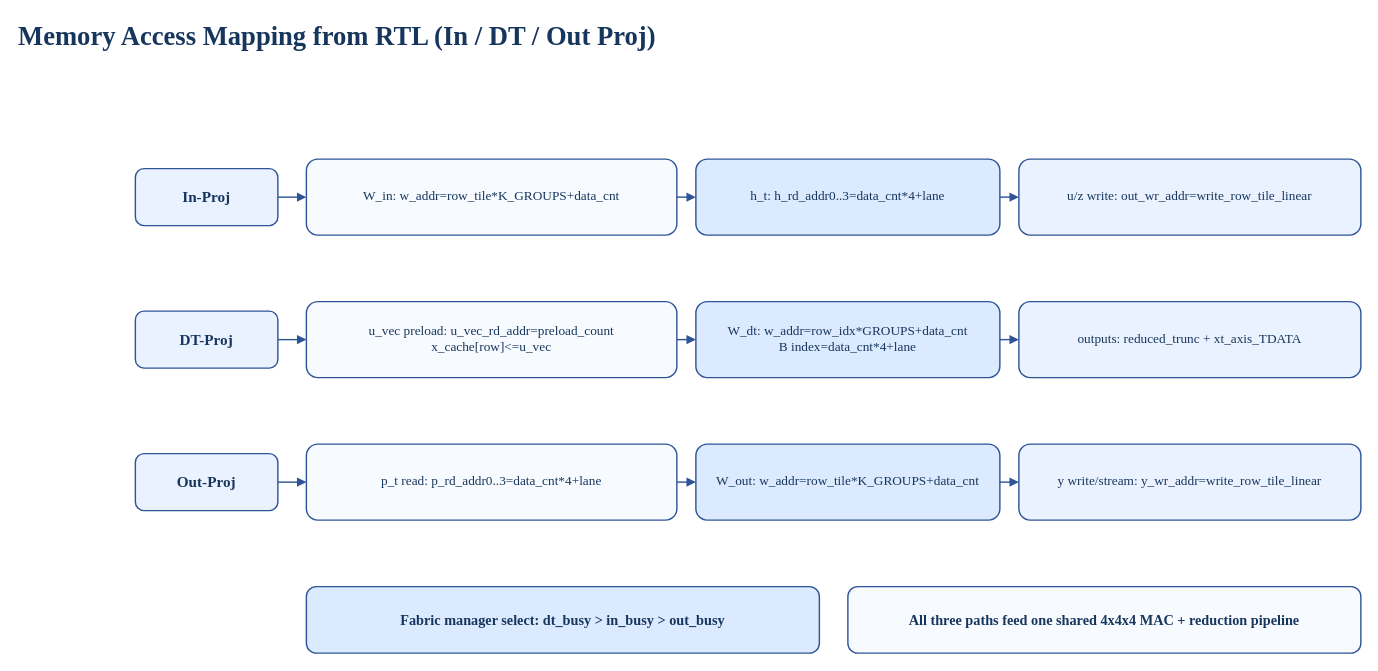
Earlier version of the draw.io diagram page "P4 Memory Mapping RTL" (4 of 4) of docx/presentation/thesis/drawio/thesis_archi_export.drawio (Elison-debug/Cmamba_reconstruct). Source tidied: cells renumbered, new cells numbered last; positions are measured from the earlier drawing's top-left corner, leaving out a move shared by most shapes. Both pictures are drawn from the tidied source at 95%, with x=0, y=0 at pixel (16, 16).
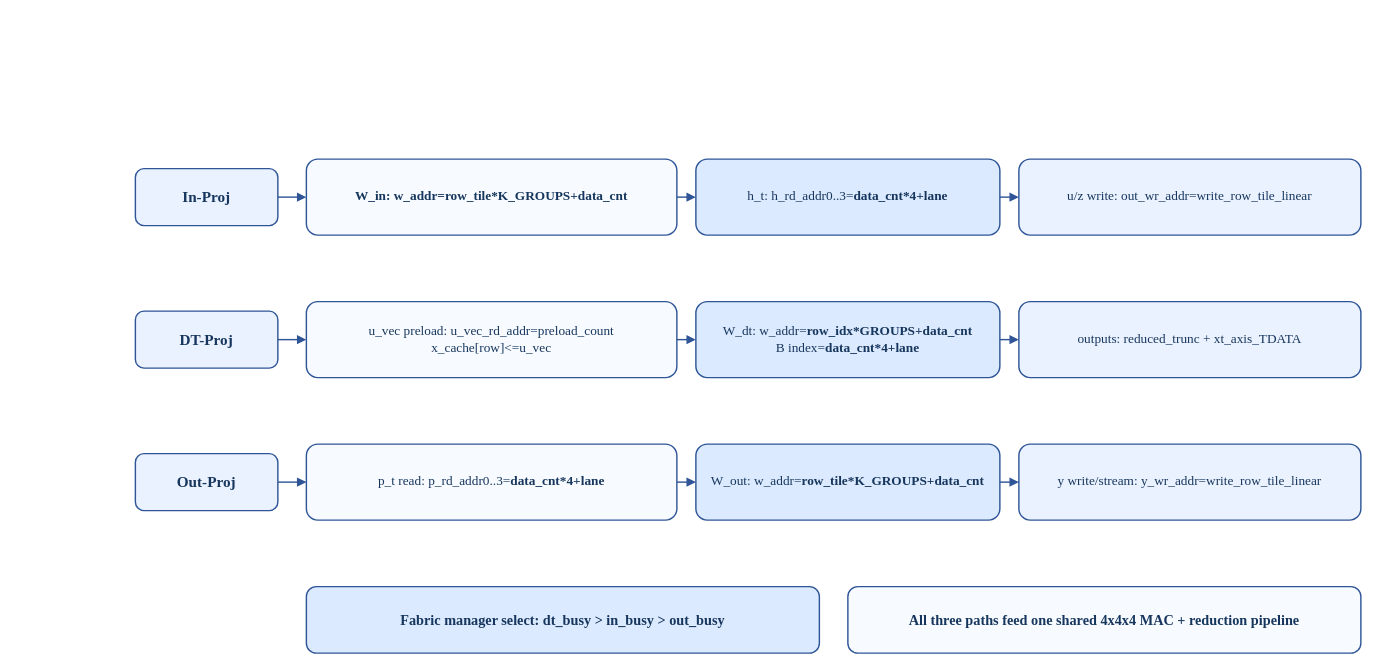
After the change.

What changed in the source:
```diff
@@
-    <mxCell id="2" value="Memory Access Mapping from RTL (In / DT / Out Proj)" style="text;html=1;strokeColor=none;fillColor=none;align=left;verticalAlign=middle;fontFamily=Times New Roman;fontSize=28;fontStyle=1;fontColor=#17365D;" parent="1" vertex="1">
-      <mxGeometry width="980" height="40" as="geometry" />
-    </mxCell>
@@
-    <mxCell id="4" value="W_in: w_addr=row_tile*K_GROUPS+data_cnt" style="rounded=1;whiteSpace=wrap;html=1;strokeColor=#2F5597;fillColor=#F7FBFF;fontFamily=Times New Roman;fontSize=14;fontColor=#17365D;strokeWidth=1.5;" parent="1" vertex="1">
+    <mxCell id="4" value="&lt;b&gt;W_in: w_addr=row_tile*K_GROUPS+data_cnt&lt;/b&gt;" style="rounded=1;whiteSpace=wrap;html=1;strokeColor=#2F5597;fillColor=#F7FBFF;fontFamily=Times New Roman;fontSize=14;fontColor=#17365D;strokeWidth=1.5;" parent="1" vertex="1">
       <mxGeometry x="305" y="150" width="390" height="80" as="geometry" />
     </mxCell>
-    <mxCell id="5" value="h_t: h_rd_addr0..3=data_cnt*4+lane" style="rounded=1;whiteSpace=wrap;html=1;strokeColor=#2F5597;fillColor=#DBEAFE;fontFamily=Times New Roman;fontSize=14;fontColor=#17365D;strokeWidth=1.5;" parent="1" vertex="1">
+    <mxCell id="5" value="h_t: h_rd_addr0..3=&lt;b&gt;data_cnt*4+lane&lt;/b&gt;" style="rounded=1;whiteSpace=wrap;html=1;strokeColor=#2F5597;fillColor=#DBEAFE;fontFamily=Times New Roman;fontSize=14;fontColor=#17365D;strokeWidth=1.5;" parent="1" vertex="1">
       <mxGeometry x="715" y="150" width="320" height="80" as="geometry" />
     </mxCell>
@@
-    <mxCell id="9" value="W_dt: w_addr=row_idx*GROUPS+data_cnt&#10;B index=data_cnt*4+lane" style="rounded=1;whiteSpace=wrap;html=1;strokeColor=#2F5597;fillColor=#DBEAFE;fontFamily=Times New Roman;fontSize=14;fontColor=#17365D;strokeWidth=1.5;" parent="1" vertex="1">
+    <mxCell id="9" value="W_dt: w_addr=&lt;b&gt;row_idx*GROUPS+data_cnt&lt;/b&gt;&lt;br&gt;B index=&lt;b&gt;data_cnt*4+lane&lt;/b&gt;" style="rounded=1;whiteSpace=wrap;html=1;strokeColor=#2F5597;fillColor=#DBEAFE;fontFamily=Times New Roman;fontSize=14;fontColor=#17365D;strokeWidth=1.5;" parent="1" vertex="1">
       <mxGeometry x="715" y="300" width="320" height="80" as="geometry" />
     </mxCell>
@@
-    <mxCell id="12" value="p_t read: p_rd_addr0..3=data_cnt*4+lane" style="rounded=1;whiteSpace=wrap;html=1;strokeColor=#2F5597;fillColor=#F7FBFF;fontFamily=Times New Roman;fontSize=14;fontColor=#17365D;strokeWidth=1.5;" parent="1" vertex="1">
+    <mxCell id="12" value="p_t read: p_rd_addr0..3=&lt;b&gt;data_cnt*4+lane&lt;/b&gt;" style="rounded=1;whiteSpace=wrap;html=1;strokeColor=#2F5597;fillColor=#F7FBFF;fontFamily=Times New Roman;fontSize=14;fontColor=#17365D;strokeWidth=1.5;" parent="1" vertex="1">
       <mxGeometry x="305" y="450" width="390" height="80" as="geometry" />
     </mxCell>
-    <mxCell id="13" value="W_out: w_addr=row_tile*K_GROUPS+data_cnt" style="rounded=1;whiteSpace=wrap;html=1;strokeColor=#2F5597;fillColor=#DBEAFE;fontFamily=Times New Roman;fontSize=14;fontColor=#17365D;strokeWidth=1.5;" parent="1" vertex="1">
+    <mxCell id="13" value="W_out: w_addr=&lt;b&gt;row_tile*K_GROUPS+data_cnt&lt;/b&gt;" style="rounded=1;whiteSpace=wrap;html=1;strokeColor=#2F5597;fillColor=#DBEAFE;fontFamily=Times New Roman;fontSize=14;fontColor=#17365D;strokeWidth=1.5;" parent="1" vertex="1">
       <mxGeometry x="715" y="450" width="320" height="80" as="geometry" />
     </mxCell>
```
